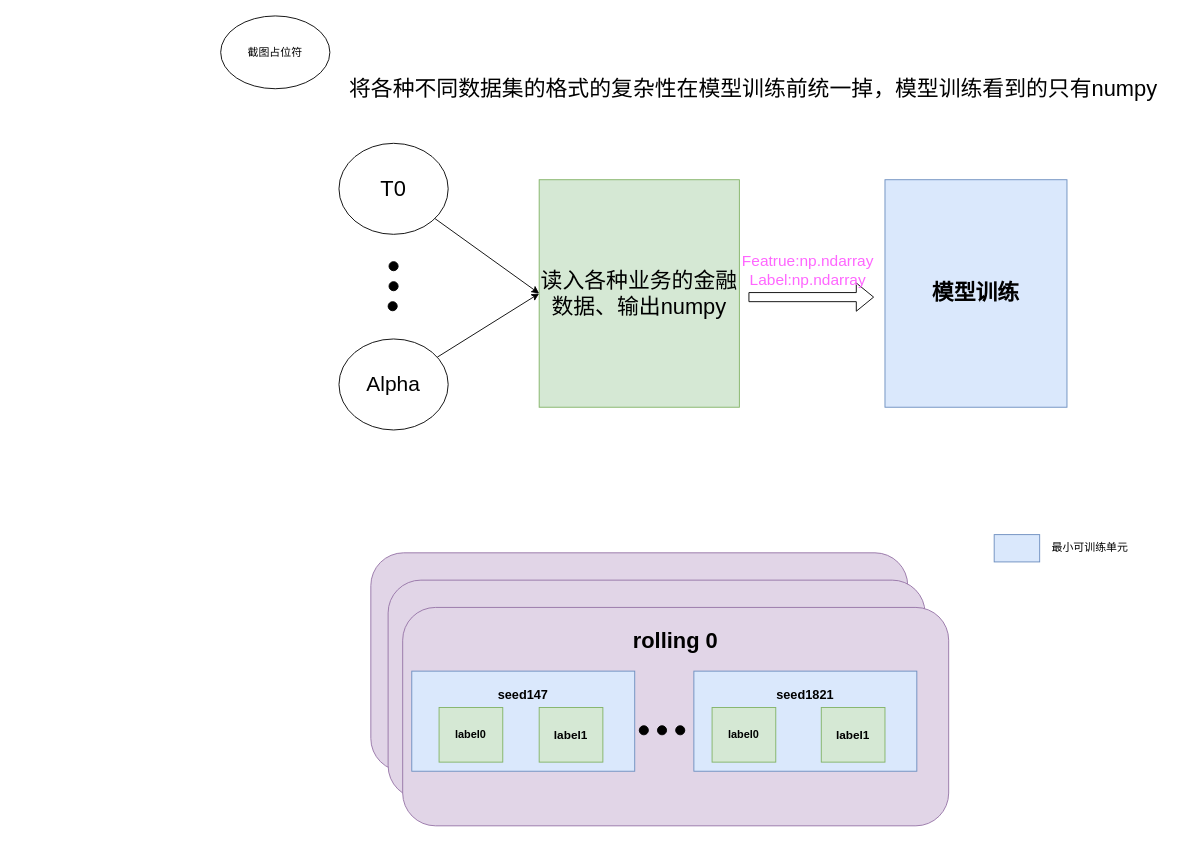
Earlier version of the draw.io diagram toolbox统一数据集.drawio (111qqz/2018FALL). Source tidied: cells renumbered, new cells numbered last; positions are measured from the earlier drawing's top-left corner, leaving out a move shared by most shapes. Both pictures are drawn from the tidied source at 91%, with x=0, y=0 at pixel (220, 15).
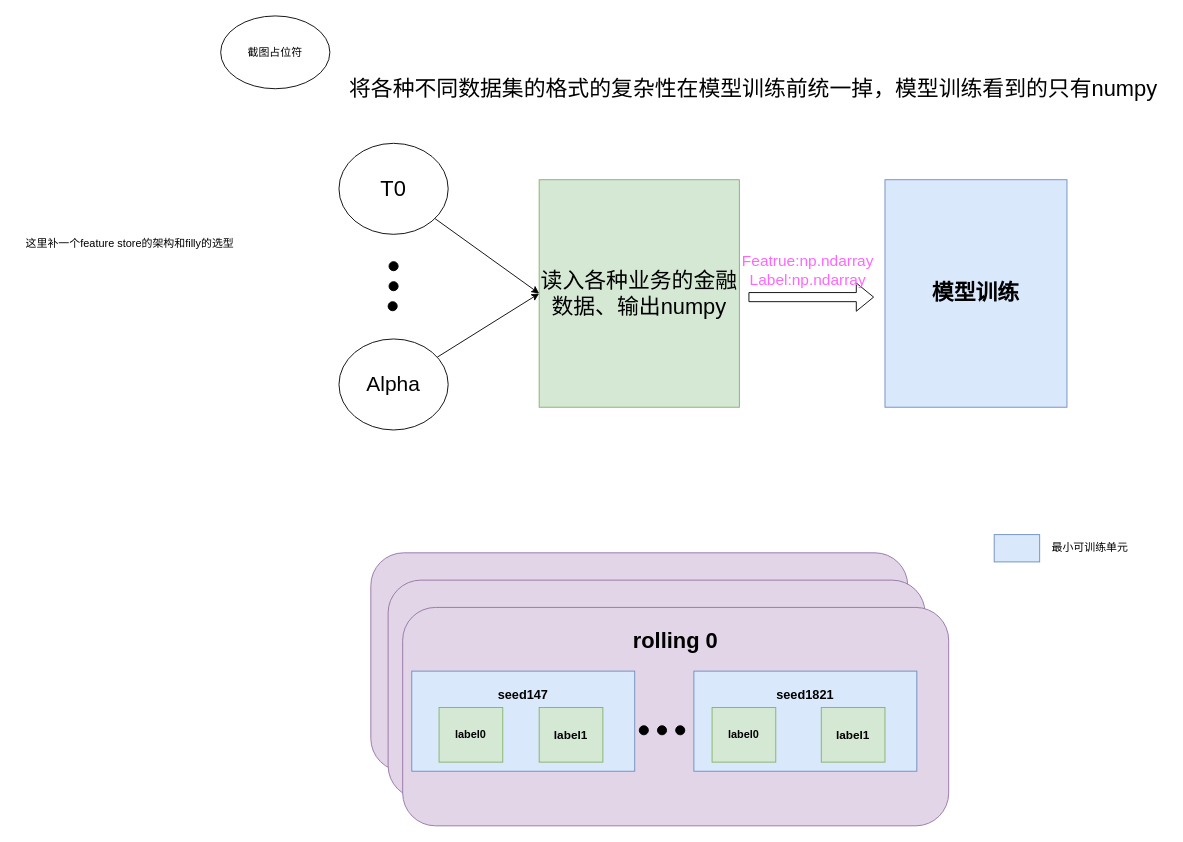
Above is the later version.

Commit message:
更新toolbox统一数据集.drawio

What changed in the source:
```diff
@@
+    <mxCell id="29" value="这里补一个feature store的架构和filly的选型&lt;br&gt;" style="text;html=1;align=center;verticalAlign=middle;strokeColor=none;fillColor=none;" parent="1" vertex="1">
+      <mxGeometry x="-225" y="235" width="250" height="30" as="geometry" />
+    </mxCell>
```
